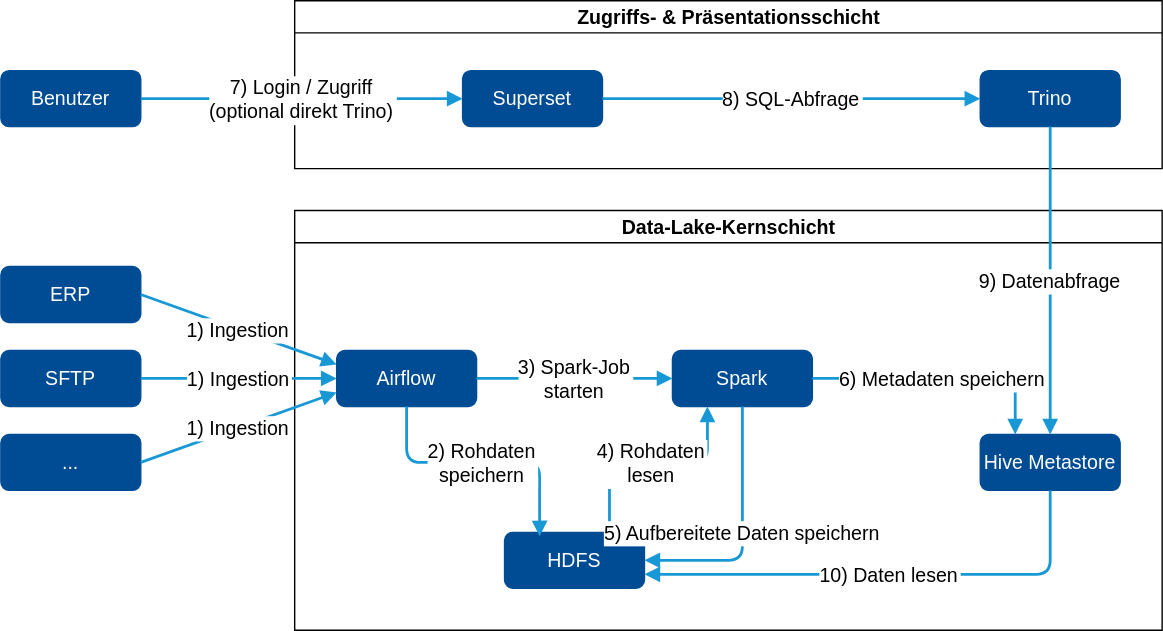
Above: ma/draw.io/datalake_pre.svg in rajxsingh/rajxsingh.github.io (draw.io), before the change. Source tidied: cells renumbered, new cells last; positions are measured from the earlier drawing's top-left corner, leaving out a move shared by most shapes. The source it was exported from:
```xml
<mxGraphModel>
  <root>
    <mxCell id="0" />
    <mxCell id="1" parent="0" />
    <mxCell id="2" value="Data-Lake-Kernschicht" style="swimlane;html=1;fontSize=14;" parent="1" vertex="1">
      <mxGeometry x="210" y="150" width="620" height="300" as="geometry" />
    </mxCell>
    <mxCell id="3" value="ERP" style="rounded=1;whiteSpace=wrap;html=1;strokeColor=#004c94;fillColor=#004c94;fontColor=#ffffff;fontSize=14;" parent="2" vertex="1">
      <mxGeometry x="-210" y="40" width="100" height="40" as="geometry" />
    </mxCell>
    <mxCell id="4" value="Airflow" style="rounded=1;whiteSpace=wrap;html=1;strokeColor=#004c94;fillColor=#004c94;fontColor=#ffffff;fontSize=14;" parent="2" vertex="1">
      <mxGeometry x="30" y="100" width="100" height="40" as="geometry" />
    </mxCell>
    <mxCell id="5" value="HDFS" style="rounded=1;whiteSpace=wrap;html=1;strokeColor=#004c94;fillColor=#004c94;fontColor=#ffffff;fontSize=14;" parent="2" vertex="1">
      <mxGeometry x="150" y="230" width="100" height="40" as="geometry" />
    </mxCell>
    <mxCell id="6" value="Spark" style="rounded=1;whiteSpace=wrap;html=1;strokeColor=#004c94;fillColor=#004c94;fontColor=#ffffff;fontSize=14;" parent="2" vertex="1">
      <mxGeometry x="270" y="100" width="100" height="40" as="geometry" />
    </mxCell>
    <mxCell id="7" value="Hive Metastore" style="rounded=1;whiteSpace=wrap;html=1;strokeColor=#004c94;fillColor=#004c94;fontColor=#ffffff;fontSize=14;" parent="2" vertex="1">
      <mxGeometry x="490" y="160" width="100" height="40" as="geometry" />
    </mxCell>
    <mxCell id="8" value="1) Ingestion" style="endArrow=block;strokeColor=#1898d5;strokeWidth=2;labelBackgroundColor=default;fontColor=#000000;entryX=0;entryY=0.25;entryDx=0;entryDy=0;exitX=1;exitY=0.5;exitDx=0;exitDy=0;fontSize=14;" parent="2" edge="1" source="3" target="4">
      <mxGeometry relative="1" as="geometry" />
    </mxCell>
    <mxCell id="9" value="2) Rohdaten&#10;speichern" style="endArrow=block;strokeColor=#1898d5;strokeWidth=2;labelBackgroundColor=default;fontColor=#000000;entryX=0.251;entryY=0.071;entryDx=0;entryDy=0;entryPerimeter=0;fontSize=14;" parent="2" edge="1" source="4" target="5">
      <mxGeometry relative="1" as="geometry">
        <Array as="points">
          <mxPoint x="80" y="180" />
          <mxPoint x="175" y="180" />
        </Array>
      </mxGeometry>
    </mxCell>
    <mxCell id="10" value="3) Spark-Job&#10;starten" style="endArrow=block;strokeColor=#1898d5;strokeWidth=2;labelBackgroundColor=default;fontColor=#000000;fontSize=14;" parent="2" edge="1" source="4" target="6">
      <mxGeometry relative="1" as="geometry" />
    </mxCell>
    <mxCell id="11" value="4) Rohdaten&#10;lesen" style="endArrow=block;strokeColor=#1898d5;strokeWidth=2;labelBackgroundColor=default;fontColor=#000000;entryX=0.25;entryY=1;entryDx=0;entryDy=0;exitX=0.75;exitY=0;exitDx=0;exitDy=0;fontSize=14;" parent="2" edge="1" source="5" target="6">
      <mxGeometry relative="1" as="geometry">
        <Array as="points">
          <mxPoint x="225" y="180" />
          <mxPoint x="295" y="180" />
        </Array>
      </mxGeometry>
    </mxCell>
    <mxCell id="12" value="5) Aufbereitete Daten speichern" style="endArrow=block;strokeColor=#1898d5;strokeWidth=2;labelBackgroundColor=default;fontColor=#000000;fontSize=14;" parent="2" edge="1" source="6" target="5">
      <mxGeometry relative="1" as="geometry">
        <Array as="points">
          <mxPoint x="320" y="250" />
        </Array>
      </mxGeometry>
    </mxCell>
    <mxCell id="13" value="6) Metadaten speichern" style="endArrow=block;strokeColor=#1898d5;strokeWidth=2;labelBackgroundColor=default;fontColor=#000000;exitX=1;exitY=0.5;exitDx=0;exitDy=0;entryX=0.25;entryY=0;entryDx=0;entryDy=0;fontSize=14;" parent="2" edge="1" source="6" target="7">
      <mxGeometry relative="1" as="geometry">
        <Array as="points">
          <mxPoint x="515" y="120" />
        </Array>
      </mxGeometry>
    </mxCell>
    <mxCell id="14" value="10) Daten lesen" style="endArrow=block;strokeColor=#1898d5;strokeWidth=2;labelBackgroundColor=default;fontColor=#000000;exitX=0.5;exitY=1;exitDx=0;exitDy=0;entryX=1;entryY=0.75;entryDx=0;entryDy=0;fontSize=14;" parent="2" edge="1" source="7" target="5">
      <mxGeometry relative="1" as="geometry">
        <Array as="points">
          <mxPoint x="540" y="260" />
        </Array>
      </mxGeometry>
    </mxCell>
    <mxCell id="15" value="Zugriffs- &amp;amp; Präsentationsschicht" style="swimlane;html=1;fontSize=14;" parent="1" vertex="1">
      <mxGeometry x="210" width="620" height="120" as="geometry" />
    </mxCell>
    <mxCell id="16" value="Trino" style="rounded=1;whiteSpace=wrap;html=1;strokeColor=#004c94;fillColor=#004c94;fontColor=#ffffff;fontSize=14;" parent="15" vertex="1">
      <mxGeometry x="490" y="50" width="100" height="40" as="geometry" />
    </mxCell>
    <mxCell id="17" value="Superset" style="rounded=1;whiteSpace=wrap;html=1;strokeColor=#004c94;fillColor=#004c94;fontColor=#ffffff;fontSize=14;" parent="15" vertex="1">
      <mxGeometry x="120" y="50" width="100" height="40" as="geometry" />
    </mxCell>
    <mxCell id="18" value="8) SQL-Abfrage" style="endArrow=block;strokeColor=#1898d5;strokeWidth=2;labelBackgroundColor=default;fontColor=#000000;fontSize=14;" parent="15" edge="1" source="17" target="16">
      <mxGeometry relative="1" as="geometry" />
    </mxCell>
    <mxCell id="19" value="9) Datenabfrage" style="endArrow=block;strokeColor=#1898d5;strokeWidth=2;labelBackgroundColor=default;fontColor=#000000;fontSize=14;" parent="1" edge="1" source="16" target="7">
      <mxGeometry relative="1" as="geometry" />
    </mxCell>
    <mxCell id="20" value="Benutzer" style="rounded=1;whiteSpace=wrap;html=1;strokeColor=#004c94;fillColor=#004c94;fontColor=#ffffff;fontSize=14;" parent="1" vertex="1">
      <mxGeometry y="50" width="100" height="40" as="geometry" />
    </mxCell>
    <mxCell id="21" value="7) Login / Zugriff&#10;(optional direkt Trino)" style="endArrow=block;strokeColor=#1898d5;strokeWidth=2;labelBackgroundColor=default;fontColor=#000000;fontSize=14;" parent="1" edge="1" source="20" target="17">
      <mxGeometry relative="1" as="geometry" />
    </mxCell>
    <mxCell id="22" value="SFTP" style="rounded=1;whiteSpace=wrap;html=1;strokeColor=#004c94;fillColor=#004c94;fontColor=#ffffff;fontSize=14;" parent="1" vertex="1">
      <mxGeometry y="250" width="100" height="40" as="geometry" />
    </mxCell>
    <mxCell id="23" value="1) Ingestion" style="endArrow=block;strokeColor=#1898d5;strokeWidth=2;labelBackgroundColor=default;fontColor=#000000;entryX=0;entryY=0.5;entryDx=0;entryDy=0;exitX=1;exitY=0.5;exitDx=0;exitDy=0;fontSize=14;" parent="1" edge="1" source="22" target="4">
      <mxGeometry relative="1" as="geometry" />
    </mxCell>
    <mxCell id="24" value="..." style="rounded=1;whiteSpace=wrap;html=1;strokeColor=#004c94;fillColor=#004c94;fontColor=#ffffff;fontSize=14;" parent="1" vertex="1">
      <mxGeometry y="310" width="100" height="40" as="geometry" />
    </mxCell>
    <mxCell id="25" value="1) Ingestion" style="endArrow=block;strokeColor=#1898d5;strokeWidth=2;labelBackgroundColor=default;fontColor=#000000;entryX=0;entryY=0.75;entryDx=0;entryDy=0;exitX=1;exitY=0.5;exitDx=0;exitDy=0;fontSize=14;" parent="1" edge="1" source="24" target="4">
      <mxGeometry relative="1" as="geometry" />
    </mxCell>
  </root>
</mxGraphModel>
```
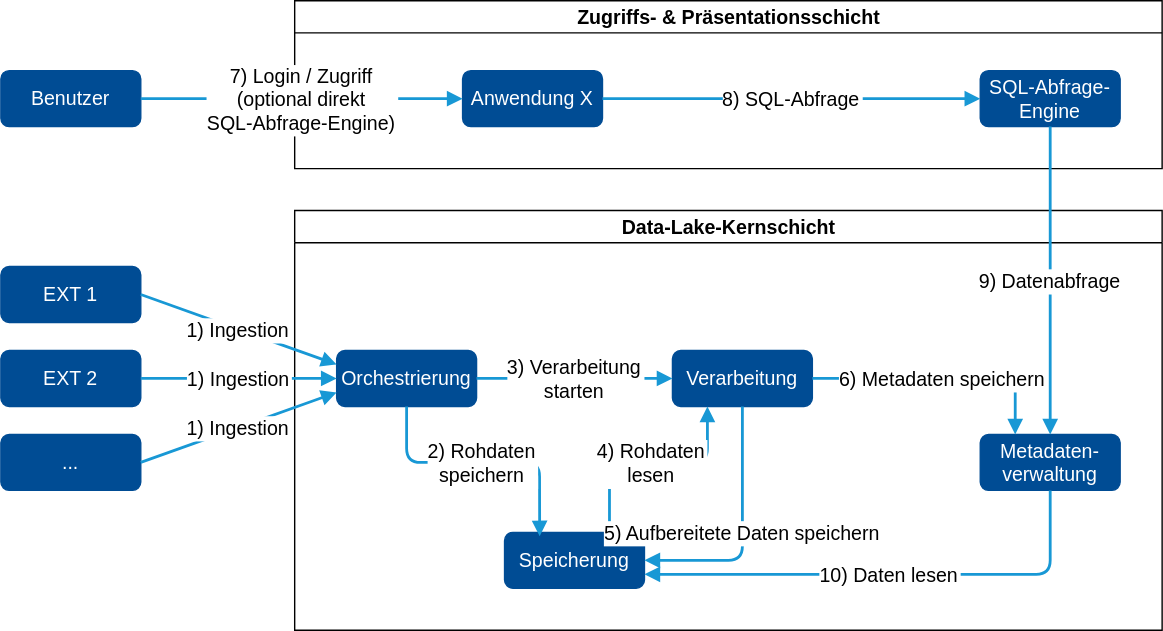
After the commit.

Diff of the diagram source:
```diff
@@ -5,19 +5,19 @@
     <mxCell id="2" value="Data-Lake-Kernschicht" style="swimlane;html=1;fontSize=14;" parent="1" vertex="1">
       <mxGeometry x="210" y="150" width="620" height="300" as="geometry" />
     </mxCell>
-    <mxCell id="3" value="ERP" style="rounded=1;whiteSpace=wrap;html=1;strokeColor=#004c94;fillColor=#004c94;fontColor=#ffffff;fontSize=14;" parent="2" vertex="1">
+    <mxCell id="3" value="EXT 1" style="rounded=1;whiteSpace=wrap;html=1;strokeColor=#004c94;fillColor=#004c94;fontColor=#ffffff;fontSize=14;" parent="2" vertex="1">
       <mxGeometry x="-210" y="40" width="100" height="40" as="geometry" />
     </mxCell>
-    <mxCell id="4" value="Airflow" style="rounded=1;whiteSpace=wrap;html=1;strokeColor=#004c94;fillColor=#004c94;fontColor=#ffffff;fontSize=14;" parent="2" vertex="1">
+    <mxCell id="4" value="Orchestrierung" style="rounded=1;whiteSpace=wrap;html=1;strokeColor=#004c94;fillColor=#004c94;fontColor=#ffffff;fontSize=14;" parent="2" vertex="1">
       <mxGeometry x="30" y="100" width="100" height="40" as="geometry" />
     </mxCell>
-    <mxCell id="5" value="HDFS" style="rounded=1;whiteSpace=wrap;html=1;strokeColor=#004c94;fillColor=#004c94;fontColor=#ffffff;fontSize=14;" parent="2" vertex="1">
+    <mxCell id="5" value="Speicherung" style="rounded=1;whiteSpace=wrap;html=1;strokeColor=#004c94;fillColor=#004c94;fontColor=#ffffff;fontSize=14;" parent="2" vertex="1">
       <mxGeometry x="150" y="230" width="100" height="40" as="geometry" />
     </mxCell>
-    <mxCell id="6" value="Spark" style="rounded=1;whiteSpace=wrap;html=1;strokeColor=#004c94;fillColor=#004c94;fontColor=#ffffff;fontSize=14;" parent="2" vertex="1">
+    <mxCell id="6" value="Verarbeitung" style="rounded=1;whiteSpace=wrap;html=1;strokeColor=#004c94;fillColor=#004c94;fontColor=#ffffff;fontSize=14;" parent="2" vertex="1">
       <mxGeometry x="270" y="100" width="100" height="40" as="geometry" />
     </mxCell>
-    <mxCell id="7" value="Hive Metastore" style="rounded=1;whiteSpace=wrap;html=1;strokeColor=#004c94;fillColor=#004c94;fontColor=#ffffff;fontSize=14;" parent="2" vertex="1">
+    <mxCell id="7" value="Metadaten-&lt;br&gt;verwaltung" style="rounded=1;whiteSpace=wrap;html=1;strokeColor=#004c94;fillColor=#004c94;fontColor=#ffffff;fontSize=14;" parent="2" vertex="1">
       <mxGeometry x="490" y="160" width="100" height="40" as="geometry" />
     </mxCell>
     <mxCell id="8" value="1) Ingestion" style="endArrow=block;strokeColor=#1898d5;strokeWidth=2;labelBackgroundColor=default;fontColor=#000000;entryX=0;entryY=0.25;entryDx=0;entryDy=0;exitX=1;exitY=0.5;exitDx=0;exitDy=0;fontSize=14;" parent="2" edge="1" source="3" target="4">
@@ -31,7 +31,7 @@
         </Array>
       </mxGeometry>
     </mxCell>
-    <mxCell id="10" value="3) Spark-Job&#10;starten" style="endArrow=block;strokeColor=#1898d5;strokeWidth=2;labelBackgroundColor=default;fontColor=#000000;fontSize=14;" parent="2" edge="1" source="4" target="6">
+    <mxCell id="10" value="3) Verarbeitung&#10;starten" style="endArrow=block;strokeColor=#1898d5;strokeWidth=2;labelBackgroundColor=default;fontColor=#000000;fontSize=14;" parent="2" edge="1" source="4" target="6">
       <mxGeometry relative="1" as="geometry" />
     </mxCell>
     <mxCell id="11" value="4) Rohdaten&#10;lesen" style="endArrow=block;strokeColor=#1898d5;strokeWidth=2;labelBackgroundColor=default;fontColor=#000000;entryX=0.25;entryY=1;entryDx=0;entryDy=0;exitX=0.75;exitY=0;exitDx=0;exitDy=0;fontSize=14;" parent="2" edge="1" source="5" target="6">
@@ -66,10 +66,10 @@
     <mxCell id="15" value="Zugriffs- &amp;amp; Präsentationsschicht" style="swimlane;html=1;fontSize=14;" parent="1" vertex="1">
       <mxGeometry x="210" width="620" height="120" as="geometry" />
     </mxCell>
-    <mxCell id="16" value="Trino" style="rounded=1;whiteSpace=wrap;html=1;strokeColor=#004c94;fillColor=#004c94;fontColor=#ffffff;fontSize=14;" parent="15" vertex="1">
+    <mxCell id="16" value="SQL-Abfrage-Engine" style="rounded=1;whiteSpace=wrap;html=1;strokeColor=#004c94;fillColor=#004c94;fontColor=#ffffff;fontSize=14;" parent="15" vertex="1">
       <mxGeometry x="490" y="50" width="100" height="40" as="geometry" />
     </mxCell>
-    <mxCell id="17" value="Superset" style="rounded=1;whiteSpace=wrap;html=1;strokeColor=#004c94;fillColor=#004c94;fontColor=#ffffff;fontSize=14;" parent="15" vertex="1">
+    <mxCell id="17" value="Anwendung X" style="rounded=1;whiteSpace=wrap;html=1;strokeColor=#004c94;fillColor=#004c94;fontColor=#ffffff;fontSize=14;" parent="15" vertex="1">
       <mxGeometry x="120" y="50" width="100" height="40" as="geometry" />
     </mxCell>
     <mxCell id="18" value="8) SQL-Abfrage" style="endArrow=block;strokeColor=#1898d5;strokeWidth=2;labelBackgroundColor=default;fontColor=#000000;fontSize=14;" parent="15" edge="1" source="17" target="16">
@@ -81,10 +81,10 @@
     <mxCell id="20" value="Benutzer" style="rounded=1;whiteSpace=wrap;html=1;strokeColor=#004c94;fillColor=#004c94;fontColor=#ffffff;fontSize=14;" parent="1" vertex="1">
       <mxGeometry y="50" width="100" height="40" as="geometry" />
     </mxCell>
-    <mxCell id="21" value="7) Login / Zugriff&#10;(optional direkt Trino)" style="endArrow=block;strokeColor=#1898d5;strokeWidth=2;labelBackgroundColor=default;fontColor=#000000;fontSize=14;" parent="1" edge="1" source="20" target="17">
+    <mxCell id="21" value="7) Login / Zugriff&#10;(optional direkt&#10;SQL-Abfrage-Engine)" style="endArrow=block;strokeColor=#1898d5;strokeWidth=2;labelBackgroundColor=default;fontColor=#000000;fontSize=14;" parent="1" edge="1" source="20" target="17">
       <mxGeometry relative="1" as="geometry" />
     </mxCell>
-    <mxCell id="22" value="SFTP" style="rounded=1;whiteSpace=wrap;html=1;strokeColor=#004c94;fillColor=#004c94;fontColor=#ffffff;fontSize=14;" parent="1" vertex="1">
+    <mxCell id="22" value="EXT 2" style="rounded=1;whiteSpace=wrap;html=1;strokeColor=#004c94;fillColor=#004c94;fontColor=#ffffff;fontSize=14;" parent="1" vertex="1">
       <mxGeometry y="250" width="100" height="40" as="geometry" />
     </mxCell>
     <mxCell id="23" value="1) Ingestion" style="endArrow=block;strokeColor=#1898d5;strokeWidth=2;labelBackgroundColor=default;fontColor=#000000;entryX=0;entryY=0.5;entryDx=0;entryDy=0;exitX=1;exitY=0.5;exitDx=0;exitDy=0;fontSize=14;" parent="1" edge="1" source="22" target="4">
```
